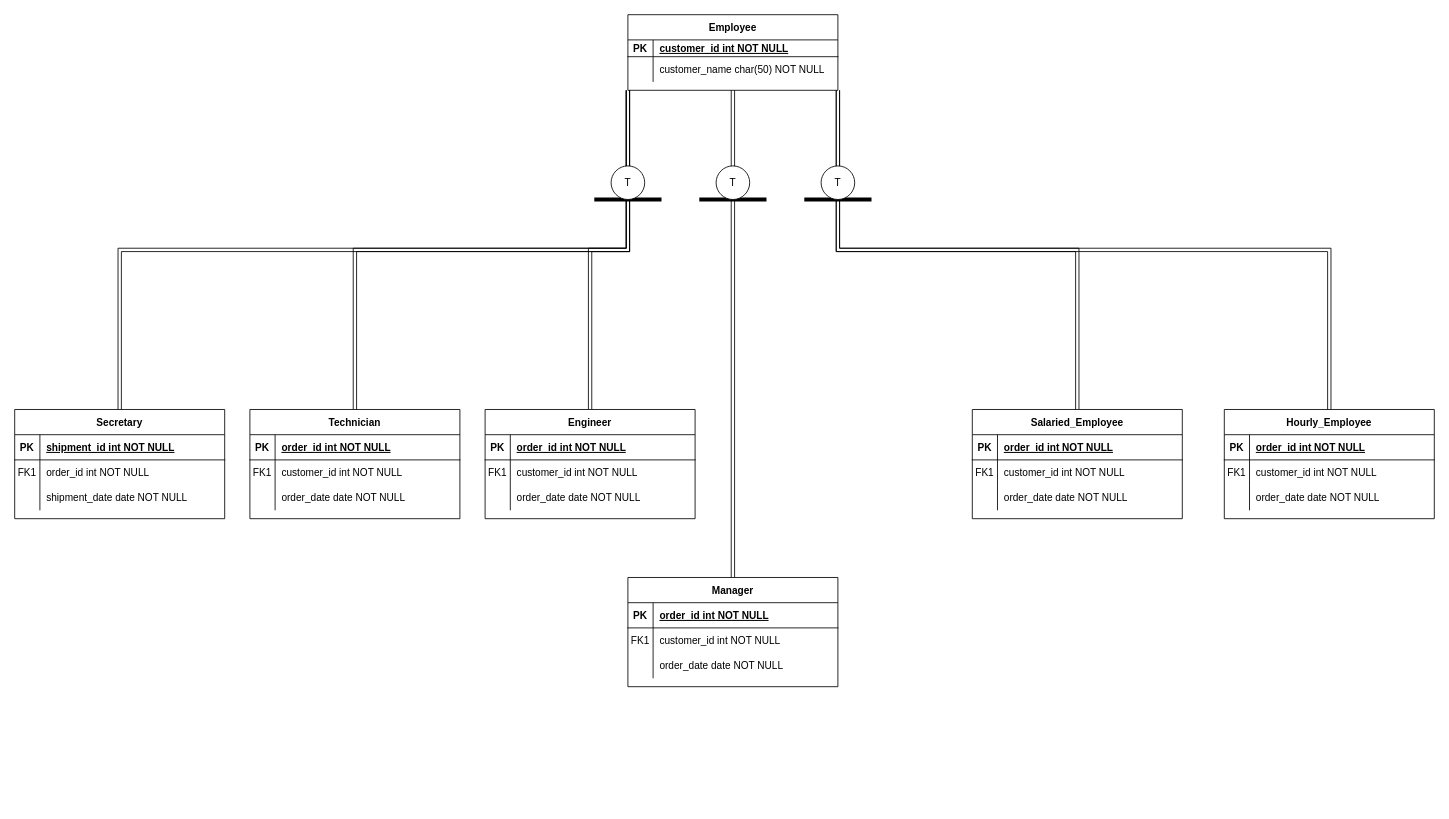
Above: ERD_classwork8.drawio in jacksoes/ERD-HW-11-4 (draw.io), before the change. Source tidied: cells renumbered, new cells numbered last; positions are measured from the earlier drawing's top-left corner, leaving out a move shared by most shapes. Both pictures are drawn from the tidied source at 84%, with x=0, y=0 at pixel (14, 14).
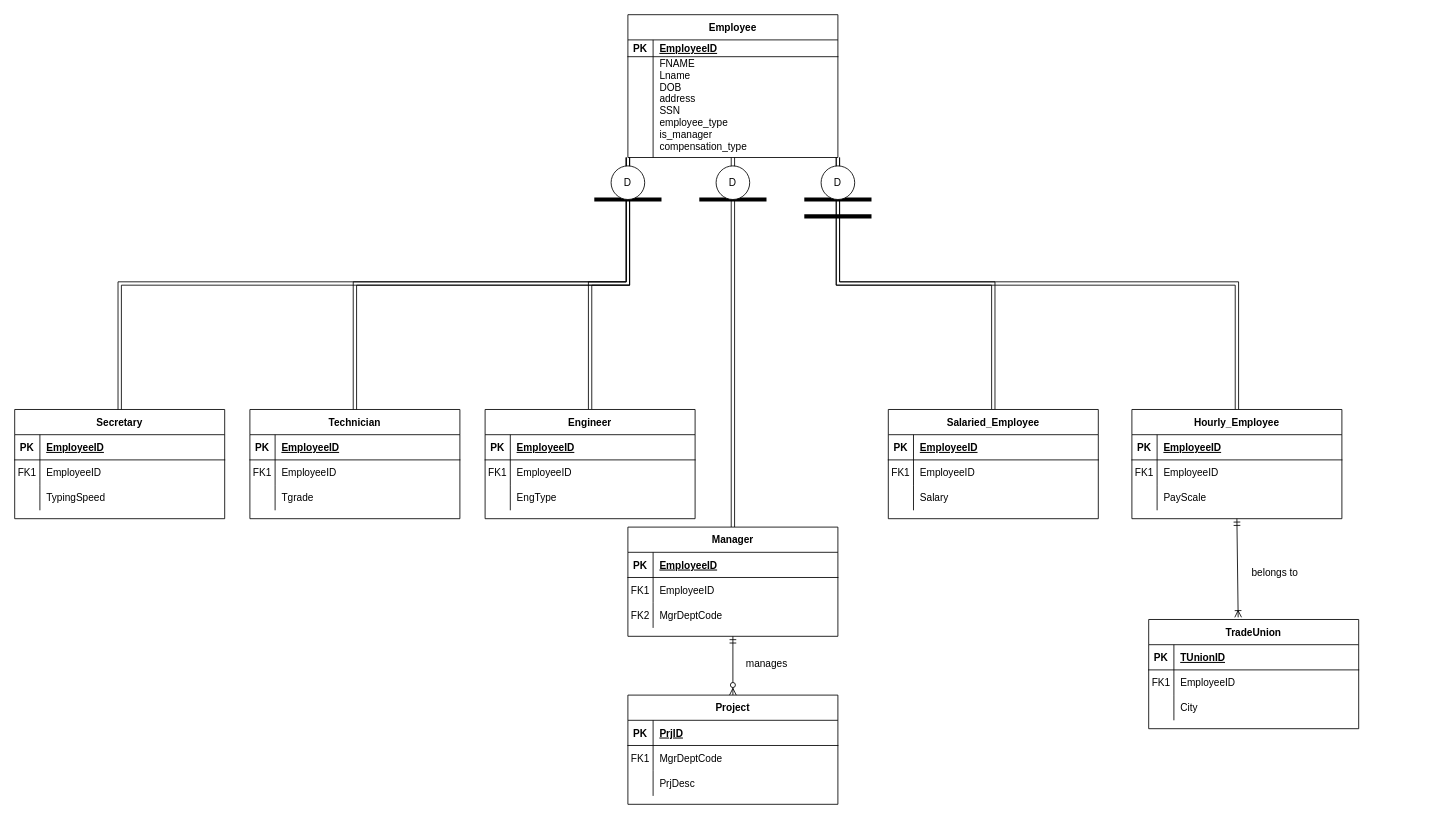
The same page after the edit.

The change refers to these unchanged cells:
```xml
<mxCell id="3" style="shape=partialRectangle;fillColor=none;top=0;left=0;right=0;bottom=1;" parent="2" vertex="1">
  <mxGeometry y="30" width="250" height="30" as="geometry" />
</mxCell>
<mxCell id="6" style="shape=partialRectangle;fillColor=none;top=0;left=0;right=0;bottom=0;" parent="2" vertex="1">
  <mxGeometry y="60" width="250" height="30" as="geometry" />
</mxCell>
<mxCell id="9" style="shape=partialRectangle;fillColor=none;top=0;left=0;right=0;bottom=0;" parent="2" vertex="1">
  <mxGeometry y="90" width="250" height="30" as="geometry" />
</mxCell>
<mxCell id="13" style="shape=partialRectangle;fillColor=none;top=0;left=0;right=0;bottom=1;" parent="12" vertex="1">
  <mxGeometry y="30" width="250" height="30" as="geometry" />
</mxCell>
<mxCell id="16" style="shape=partialRectangle;fillColor=none;top=0;left=0;right=0;bottom=0;" parent="12" vertex="1">
  <mxGeometry y="60" width="250" height="30" as="geometry" />
</mxCell>
<mxCell id="19" style="shape=partialRectangle;fillColor=none;top=0;left=0;right=0;bottom=0;" parent="12" vertex="1">
  <mxGeometry y="90" width="250" height="30" as="geometry" />
</mxCell>
<mxCell id="29" style="shape=partialRectangle;fillColor=none;top=0;left=0;right=0;bottom=1;" parent="28" vertex="1">
  <mxGeometry y="30" width="250" height="20" as="geometry" />
</mxCell>
<mxCell id="36" style="shape=partialRectangle;fillColor=none;top=0;left=0;right=0;bottom=1;" parent="35" vertex="1">
  <mxGeometry y="30" width="250" height="30" as="geometry" />
</mxCell>
<mxCell id="39" style="shape=partialRectangle;fillColor=none;top=0;left=0;right=0;bottom=0;" parent="35" vertex="1">
  <mxGeometry y="60" width="250" height="30" as="geometry" />
</mxCell>
<mxCell id="42" style="shape=partialRectangle;fillColor=none;top=0;left=0;right=0;bottom=0;" parent="35" vertex="1">
  <mxGeometry y="90" width="250" height="30" as="geometry" />
</mxCell>
<mxCell id="46" style="shape=partialRectangle;fillColor=none;top=0;left=0;right=0;bottom=1;" parent="45" vertex="1">
  <mxGeometry y="30" width="250" height="30" as="geometry" />
</mxCell>
<mxCell id="49" style="shape=partialRectangle;fillColor=none;top=0;left=0;right=0;bottom=0;" parent="45" vertex="1">
  <mxGeometry y="60" width="250" height="30" as="geometry" />
</mxCell>
<mxCell id="52" style="shape=partialRectangle;fillColor=none;top=0;left=0;right=0;bottom=0;" parent="45" vertex="1">
  <mxGeometry y="90" width="250" height="30" as="geometry" />
</mxCell>
<mxCell id="56" style="shape=partialRectangle;fillColor=none;top=0;left=0;right=0;bottom=1;" parent="55" vertex="1">
  <mxGeometry y="30" width="250" height="30" as="geometry" />
</mxCell>
<mxCell id="59" style="shape=partialRectangle;fillColor=none;top=0;left=0;right=0;bottom=0;" parent="55" vertex="1">
  <mxGeometry y="60" width="250" height="30" as="geometry" />
</mxCell>
<mxCell id="62" style="shape=partialRectangle;fillColor=none;top=0;left=0;right=0;bottom=0;" parent="55" vertex="1">
  <mxGeometry y="90" width="250" height="30" as="geometry" />
</mxCell>
<mxCell id="66" style="shape=partialRectangle;fillColor=none;top=0;left=0;right=0;bottom=1;" parent="65" vertex="1">
  <mxGeometry y="30" width="250" height="30" as="geometry" />
</mxCell>
<mxCell id="69" style="shape=partialRectangle;fillColor=none;top=0;left=0;right=0;bottom=0;" parent="65" vertex="1">
  <mxGeometry y="60" width="250" height="30" as="geometry" />
</mxCell>
<mxCell id="72" style="shape=partialRectangle;fillColor=none;top=0;left=0;right=0;bottom=0;" parent="65" vertex="1">
  <mxGeometry y="90" width="250" height="30" as="geometry" />
</mxCell>
```

Diff of the diagram source:
```diff
@@
-    <mxCell id="5" value="order_id int NOT NULL " style="shape=partialRectangle;overflow=hidden;fillColor=none;top=0;left=0;bottom=0;right=0;align=left;spacingLeft=6;fontStyle=5;" parent="3" vertex="1">
+    <mxCell id="5" value="EmployeeID" style="shape=partialRectangle;overflow=hidden;fillColor=none;top=0;left=0;bottom=0;right=0;align=left;spacingLeft=6;fontStyle=5;" parent="3" vertex="1">
       <mxGeometry x="30" width="220" height="30" as="geometry" />
     </mxCell>
@@
-    <mxCell id="8" value="customer_id int NOT NULL" style="shape=partialRectangle;overflow=hidden;fillColor=none;top=0;left=0;bottom=0;right=0;align=left;spacingLeft=6;" parent="6" vertex="1">
+    <mxCell id="8" value="EmployeeID" style="shape=partialRectangle;overflow=hidden;fillColor=none;top=0;left=0;bottom=0;right=0;align=left;spacingLeft=6;" parent="6" vertex="1">
       <mxGeometry x="30" width="220" height="30" as="geometry" />
     </mxCell>
@@
-    <mxCell id="11" value="order_date date NOT NULL" style="shape=partialRectangle;overflow=hidden;fillColor=none;top=0;left=0;bottom=0;right=0;align=left;spacingLeft=6;" parent="9" vertex="1">
+    <mxCell id="11" value="Tgrade" style="shape=partialRectangle;overflow=hidden;fillColor=none;top=0;left=0;bottom=0;right=0;align=left;spacingLeft=6;" parent="9" vertex="1">
       <mxGeometry x="30" width="220" height="30" as="geometry" />
     </mxCell>
@@
-    <mxCell id="15" value="shipment_id int NOT NULL " style="shape=partialRectangle;overflow=hidden;fillColor=none;top=0;left=0;bottom=0;right=0;align=left;spacingLeft=6;fontStyle=5;" parent="13" vertex="1">
+    <mxCell id="15" value="EmployeeID" style="shape=partialRectangle;overflow=hidden;fillColor=none;top=0;left=0;bottom=0;right=0;align=left;spacingLeft=6;fontStyle=5;" parent="13" vertex="1">
       <mxGeometry x="30" width="220" height="30" as="geometry" />
     </mxCell>
@@
-    <mxCell id="18" value="order_id int NOT NULL" style="shape=partialRectangle;overflow=hidden;fillColor=none;top=0;left=0;bottom=0;right=0;align=left;spacingLeft=6;" parent="16" vertex="1">
+    <mxCell id="18" value="EmployeeID" style="shape=partialRectangle;overflow=hidden;fillColor=none;top=0;left=0;bottom=0;right=0;align=left;spacingLeft=6;" parent="16" vertex="1">
       <mxGeometry x="30" width="220" height="30" as="geometry" />
     </mxCell>
@@
-    <mxCell id="21" value="shipment_date date NOT NULL" style="shape=partialRectangle;overflow=hidden;fillColor=none;top=0;left=0;bottom=0;right=0;align=left;spacingLeft=6;" parent="19" vertex="1">
+    <mxCell id="21" value="TypingSpeed" style="shape=partialRectangle;overflow=hidden;fillColor=none;top=0;left=0;bottom=0;right=0;align=left;spacingLeft=6;" parent="19" vertex="1">
       <mxGeometry x="30" width="220" height="30" as="geometry" />
     </mxCell>
@@
     <mxCell id="28" value="Employee" style="shape=table;startSize=30;childLayout=tableLayout;rowLines=0;fontStyle=1;align=center;" parent="1" vertex="1">
-      <mxGeometry x="730" width="250" height="90" as="geometry" />
+      <mxGeometry x="730" width="250" height="170" as="geometry" />
     </mxCell>
@@
-    <mxCell id="31" value="customer_id int NOT NULL " style="shape=partialRectangle;overflow=hidden;fillColor=none;top=0;left=0;bottom=0;right=0;align=left;spacingLeft=6;fontStyle=5;" parent="29" vertex="1">
+    <mxCell id="31" value="EmployeeID" style="shape=partialRectangle;overflow=hidden;fillColor=none;top=0;left=0;bottom=0;right=0;align=left;spacingLeft=6;fontStyle=5;" parent="29" vertex="1">
       <mxGeometry x="30" width="220" height="20" as="geometry" />
     </mxCell>
     <mxCell id="32" style="shape=partialRectangle;fillColor=none;top=0;left=0;right=0;bottom=0;" parent="28" vertex="1">
-      <mxGeometry y="50" width="250" height="30" as="geometry" />
+      <mxGeometry y="50" width="250" height="120" as="geometry" />
     </mxCell>
     <mxCell id="33" style="shape=partialRectangle;overflow=hidden;fillColor=none;top=0;left=0;bottom=0;right=0;" parent="32" vertex="1">
-      <mxGeometry width="30" height="30" as="geometry" />
+      <mxGeometry width="30" height="120" as="geometry" />
     </mxCell>
-    <mxCell id="34" value="customer_name char(50) NOT NULL" style="shape=partialRectangle;overflow=hidden;fillColor=none;top=0;left=0;bottom=0;right=0;align=left;spacingLeft=6;" parent="32" vertex="1">
-      <mxGeometry x="30" width="220" height="30" as="geometry" />
+    <mxCell id="34" value="FNAME&#10;Lname&#10;DOB&#10;address&#10;SSN&#10;employee_type&#10;is_manager&#10;compensation_type&#10;" style="shape=partialRectangle;overflow=hidden;fillColor=none;top=0;left=0;bottom=0;right=0;align=left;spacingLeft=6;" parent="32" vertex="1">
+      <mxGeometry x="30" width="220" height="120" as="geometry" />
     </mxCell>
@@
-    <mxCell id="38" value="order_id int NOT NULL " style="shape=partialRectangle;overflow=hidden;fillColor=none;top=0;left=0;bottom=0;right=0;align=left;spacingLeft=6;fontStyle=5;" parent="36" vertex="1">
+    <mxCell id="38" value="EmployeeID" style="shape=partialRectangle;overflow=hidden;fillColor=none;top=0;left=0;bottom=0;right=0;align=left;spacingLeft=6;fontStyle=5;" parent="36" vertex="1">
       <mxGeometry x="30" width="220" height="30" as="geometry" />
     </mxCell>
@@
-    <mxCell id="41" value="customer_id int NOT NULL" style="shape=partialRectangle;overflow=hidden;fillColor=none;top=0;left=0;bottom=0;right=0;align=left;spacingLeft=6;" parent="39" vertex="1">
+    <mxCell id="41" value="EmployeeID" style="shape=partialRectangle;overflow=hidden;fillColor=none;top=0;left=0;bottom=0;right=0;align=left;spacingLeft=6;" parent="39" vertex="1">
       <mxGeometry x="30" width="220" height="30" as="geometry" />
     </mxCell>
@@
-    <mxCell id="44" value="order_date date NOT NULL" style="shape=partialRectangle;overflow=hidden;fillColor=none;top=0;left=0;bottom=0;right=0;align=left;spacingLeft=6;" parent="42" vertex="1">
+    <mxCell id="44" value="EngType" style="shape=partialRectangle;overflow=hidden;fillColor=none;top=0;left=0;bottom=0;right=0;align=left;spacingLeft=6;" parent="42" vertex="1">
       <mxGeometry x="30" width="220" height="30" as="geometry" />
     </mxCell>
     <mxCell id="45" value="Manager" style="shape=table;startSize=30;childLayout=tableLayout;rowLines=0;fontStyle=1;align=center;" parent="1" vertex="1">
-      <mxGeometry x="730" y="670" width="250" height="130" as="geometry" />
+      <mxGeometry x="730" y="610" width="250" height="130" as="geometry" />
     </mxCell>
@@
-    <mxCell id="48" value="order_id int NOT NULL " style="shape=partialRectangle;overflow=hidden;fillColor=none;top=0;left=0;bottom=0;right=0;align=left;spacingLeft=6;fontStyle=5;" parent="46" vertex="1">
+    <mxCell id="48" value="EmployeeID" style="shape=partialRectangle;overflow=hidden;fillColor=none;top=0;left=0;bottom=0;right=0;align=left;spacingLeft=6;fontStyle=5;" parent="46" vertex="1">
       <mxGeometry x="30" width="220" height="30" as="geometry" />
     </mxCell>
@@
-    <mxCell id="51" value="customer_id int NOT NULL" style="shape=partialRectangle;overflow=hidden;fillColor=none;top=0;left=0;bottom=0;right=0;align=left;spacingLeft=6;" parent="49" vertex="1">
+    <mxCell id="51" value="EmployeeID" style="shape=partialRectangle;overflow=hidden;fillColor=none;top=0;left=0;bottom=0;right=0;align=left;spacingLeft=6;" parent="49" vertex="1">
       <mxGeometry x="30" width="220" height="30" as="geometry" />
     </mxCell>
@@
-    <mxCell id="53" style="shape=partialRectangle;overflow=hidden;fillColor=none;top=0;left=0;bottom=0;right=0;" parent="52" vertex="1">
+    <mxCell id="53" value="FK2" style="shape=partialRectangle;overflow=hidden;fillColor=none;top=0;left=0;bottom=0;right=0;" parent="52" vertex="1">
       <mxGeometry width="30" height="30" as="geometry" />
     </mxCell>
-    <mxCell id="54" value="order_date date NOT NULL" style="shape=partialRectangle;overflow=hidden;fillColor=none;top=0;left=0;bottom=0;right=0;align=left;spacingLeft=6;" parent="52" vertex="1">
+    <mxCell id="54" value="MgrDeptCode" style="shape=partialRectangle;overflow=hidden;fillColor=none;top=0;left=0;bottom=0;right=0;align=left;spacingLeft=6;" parent="52" vertex="1">
       <mxGeometry x="30" width="220" height="30" as="geometry" />
     </mxCell>
     <mxCell id="55" value="Salaried_Employee" style="shape=table;startSize=30;childLayout=tableLayout;rowLines=0;fontStyle=1;align=center;" parent="1" vertex="1">
-      <mxGeometry x="1140" y="470" width="250" height="130" as="geometry" />
+      <mxGeometry x="1040" y="470" width="250" height="130" as="geometry" />
     </mxCell>
@@
-    <mxCell id="58" value="order_id int NOT NULL " style="shape=partialRectangle;overflow=hidden;fillColor=none;top=0;left=0;bottom=0;right=0;align=left;spacingLeft=6;fontStyle=5;" parent="56" vertex="1">
+    <mxCell id="58" value="EmployeeID" style="shape=partialRectangle;overflow=hidden;fillColor=none;top=0;left=0;bottom=0;right=0;align=left;spacingLeft=6;fontStyle=5;" parent="56" vertex="1">
       <mxGeometry x="30" width="220" height="30" as="geometry" />
     </mxCell>
@@
-    <mxCell id="61" value="customer_id int NOT NULL" style="shape=partialRectangle;overflow=hidden;fillColor=none;top=0;left=0;bottom=0;right=0;align=left;spacingLeft=6;" parent="59" vertex="1">
+    <mxCell id="61" value="EmployeeID" style="shape=partialRectangle;overflow=hidden;fillColor=none;top=0;left=0;bottom=0;right=0;align=left;spacingLeft=6;" parent="59" vertex="1">
       <mxGeometry x="30" width="220" height="30" as="geometry" />
     </mxCell>
@@
-    <mxCell id="64" value="order_date date NOT NULL" style="shape=partialRectangle;overflow=hidden;fillColor=none;top=0;left=0;bottom=0;right=0;align=left;spacingLeft=6;" parent="62" vertex="1">
+    <mxCell id="64" value="Salary" style="shape=partialRectangle;overflow=hidden;fillColor=none;top=0;left=0;bottom=0;right=0;align=left;spacingLeft=6;" parent="62" vertex="1">
       <mxGeometry x="30" width="220" height="30" as="geometry" />
     </mxCell>
     <mxCell id="65" value="Hourly_Employee" style="shape=table;startSize=30;childLayout=tableLayout;rowLines=0;fontStyle=1;align=center;" parent="1" vertex="1">
-      <mxGeometry x="1440" y="470" width="250" height="130" as="geometry" />
+      <mxGeometry x="1330" y="470" width="250" height="130" as="geometry" />
     </mxCell>
@@
-    <mxCell id="68" value="order_id int NOT NULL " style="shape=partialRectangle;overflow=hidden;fillColor=none;top=0;left=0;bottom=0;right=0;align=left;spacingLeft=6;fontStyle=5;" parent="66" vertex="1">
+    <mxCell id="68" value="EmployeeID" style="shape=partialRectangle;overflow=hidden;fillColor=none;top=0;left=0;bottom=0;right=0;align=left;spacingLeft=6;fontStyle=5;" parent="66" vertex="1">
       <mxGeometry x="30" width="220" height="30" as="geometry" />
     </mxCell>
@@
-    <mxCell id="71" value="customer_id int NOT NULL" style="shape=partialRectangle;overflow=hidden;fillColor=none;top=0;left=0;bottom=0;right=0;align=left;spacingLeft=6;" parent="69" vertex="1">
+    <mxCell id="71" value="EmployeeID" style="shape=partialRectangle;overflow=hidden;fillColor=none;top=0;left=0;bottom=0;right=0;align=left;spacingLeft=6;" parent="69" vertex="1">
       <mxGeometry x="30" width="220" height="30" as="geometry" />
     </mxCell>
@@
-    <mxCell id="74" value="order_date date NOT NULL" style="shape=partialRectangle;overflow=hidden;fillColor=none;top=0;left=0;bottom=0;right=0;align=left;spacingLeft=6;" parent="72" vertex="1">
+    <mxCell id="74" value="PayScale" style="shape=partialRectangle;overflow=hidden;fillColor=none;top=0;left=0;bottom=0;right=0;align=left;spacingLeft=6;" parent="72" vertex="1">
       <mxGeometry x="30" width="220" height="30" as="geometry" />
     </mxCell>
@@
-    <mxCell id="76" value="T" style="ellipse;whiteSpace=wrap;html=1;align=center;" parent="1" vertex="1">
+    <mxCell id="76" value="D" style="ellipse;whiteSpace=wrap;html=1;align=center;" parent="1" vertex="1">
       <mxGeometry x="710" y="180" width="40" height="40" as="geometry" />
     </mxCell>
@@
-    <mxCell id="78" value="T" style="ellipse;whiteSpace=wrap;html=1;align=center;" parent="1" vertex="1">
+    <mxCell id="78" value="D" style="ellipse;whiteSpace=wrap;html=1;align=center;" parent="1" vertex="1">
       <mxGeometry x="960" y="180" width="40" height="40" as="geometry" />
     </mxCell>
@@
-    <mxCell id="80" value="T" style="ellipse;whiteSpace=wrap;html=1;align=center;" parent="1" vertex="1">
+    <mxCell id="80" value="D" style="ellipse;whiteSpace=wrap;html=1;align=center;" parent="1" vertex="1">
       <mxGeometry x="835" y="180" width="40" height="40" as="geometry" />
     </mxCell>
+    <mxCell id="81" style="endArrow=none;html=1;rounded=0;strokeWidth=5;" parent="1" edge="1">
+      <mxGeometry relative="1" as="geometry">
+        <mxPoint x="940" y="240" as="sourcePoint" />
+        <mxPoint x="1020" y="240" as="targetPoint" />
+      </mxGeometry>
+    </mxCell>
+    <mxCell id="82" value="TradeUnion" style="shape=table;startSize=30;childLayout=tableLayout;rowLines=0;fontStyle=1;align=center;" parent="1" vertex="1">
+      <mxGeometry x="1350" y="720" width="250" height="130" as="geometry" />
+    </mxCell>
+    <mxCell id="83" style="shape=partialRectangle;fillColor=none;top=0;left=0;right=0;bottom=1;" parent="82" vertex="1">
+      <mxGeometry y="30" width="250" height="30" as="geometry" />
+    </mxCell>
+    <mxCell id="84" value="PK" style="shape=partialRectangle;overflow=hidden;fillColor=none;top=0;left=0;bottom=0;right=0;fontStyle=1;" parent="83" vertex="1">
+      <mxGeometry width="30" height="30" as="geometry" />
+    </mxCell>
+    <mxCell id="85" value="TUnionID" style="shape=partialRectangle;overflow=hidden;fillColor=none;top=0;left=0;bottom=0;right=0;align=left;spacingLeft=6;fontStyle=5;" parent="83" vertex="1">
+      <mxGeometry x="30" width="220" height="30" as="geometry" />
+    </mxCell>
+    <mxCell id="86" style="shape=partialRectangle;fillColor=none;top=0;left=0;right=0;bottom=0;" parent="82" vertex="1">
+      <mxGeometry y="60" width="250" height="30" as="geometry" />
+    </mxCell>
+    <mxCell id="87" value="FK1" style="shape=partialRectangle;overflow=hidden;fillColor=none;top=0;left=0;bottom=0;right=0;" parent="86" vertex="1">
+      <mxGeometry width="30" height="30" as="geometry" />
+    </mxCell>
+    <mxCell id="88" value="EmployeeID" style="shape=partialRectangle;overflow=hidden;fillColor=none;top=0;left=0;bottom=0;right=0;align=left;spacingLeft=6;" parent="86" vertex="1">
+      <mxGeometry x="30" width="220" height="30" as="geometry" />
+    </mxCell>
+    <mxCell id="89" style="shape=partialRectangle;fillColor=none;top=0;left=0;right=0;bottom=0;" parent="82" vertex="1">
+      <mxGeometry y="90" width="250" height="30" as="geometry" />
+    </mxCell>
+    <mxCell id="90" style="shape=partialRectangle;overflow=hidden;fillColor=none;top=0;left=0;bottom=0;right=0;" parent="89" vertex="1">
+      <mxGeometry width="30" height="30" as="geometry" />
+    </mxCell>
+    <mxCell id="91" value="City" style="shape=partialRectangle;overflow=hidden;fillColor=none;top=0;left=0;bottom=0;right=0;align=left;spacingLeft=6;" parent="89" vertex="1">
+      <mxGeometry x="30" width="220" height="30" as="geometry" />
+    </mxCell>
+    <mxCell id="92" value="Project" style="shape=table;startSize=30;childLayout=tableLayout;rowLines=0;fontStyle=1;align=center;" parent="1" vertex="1">
+      <mxGeometry x="730" y="810" width="250" height="130" as="geometry" />
+    </mxCell>
+    <mxCell id="93" style="shape=partialRectangle;fillColor=none;top=0;left=0;right=0;bottom=1;" parent="92" vertex="1">
+      <mxGeometry y="30" width="250" height="30" as="geometry" />
+    </mxCell>
+    <mxCell id="94" value="PK" style="shape=partialRectangle;overflow=hidden;fillColor=none;top=0;left=0;bottom=0;right=0;fontStyle=1;" parent="93" vertex="1">
+      <mxGeometry width="30" height="30" as="geometry" />
+    </mxCell>
+    <mxCell id="95" value="PrjID" style="shape=partialRectangle;overflow=hidden;fillColor=none;top=0;left=0;bottom=0;right=0;align=left;spacingLeft=6;fontStyle=5;" parent="93" vertex="1">
+      <mxGeometry x="30" width="220" height="30" as="geometry" />
+    </mxCell>
+    <mxCell id="96" style="shape=partialRectangle;fillColor=none;top=0;left=0;right=0;bottom=0;" parent="92" vertex="1">
+      <mxGeometry y="60" width="250" height="30" as="geometry" />
+    </mxCell>
+    <mxCell id="97" value="FK1" style="shape=partialRectangle;overflow=hidden;fillColor=none;top=0;left=0;bottom=0;right=0;" parent="96" vertex="1">
+      <mxGeometry width="30" height="30" as="geometry" />
+    </mxCell>
+    <mxCell id="98" value="MgrDeptCode" style="shape=partialRectangle;overflow=hidden;fillColor=none;top=0;left=0;bottom=0;right=0;align=left;spacingLeft=6;" parent="96" vertex="1">
+      <mxGeometry x="30" width="220" height="30" as="geometry" />
+    </mxCell>
+    <mxCell id="99" style="shape=partialRectangle;fillColor=none;top=0;left=0;right=0;bottom=0;" parent="92" vertex="1">
+      <mxGeometry y="90" width="250" height="30" as="geometry" />
+    </mxCell>
+    <mxCell id="100" style="shape=partialRectangle;overflow=hidden;fillColor=none;top=0;left=0;bottom=0;right=0;" parent="99" vertex="1">
+      <mxGeometry width="30" height="30" as="geometry" />
+    </mxCell>
+    <mxCell id="101" value="PrjDesc" style="shape=partialRectangle;overflow=hidden;fillColor=none;top=0;left=0;bottom=0;right=0;align=left;spacingLeft=6;" parent="99" vertex="1">
+      <mxGeometry x="30" width="220" height="30" as="geometry" />
+    </mxCell>
+    <mxCell id="102" style="fontSize=12;html=1;endArrow=ERzeroToMany;startArrow=ERmandOne;rounded=0;exitX=0.5;exitY=1;exitDx=0;exitDy=0;entryX=0.5;entryY=0;entryDx=0;entryDy=0;" parent="1" edge="1" source="45" target="92">
+      <mxGeometry relative="1" as="geometry" />
+    </mxCell>
+    <mxCell id="103" value="manages" style="text;html=1;align=center;verticalAlign=middle;strokeColor=none;fillColor=none;" parent="1" vertex="1">
+      <mxGeometry x="860" y="758" width="70" height="30" as="geometry" />
+    </mxCell>
+    <mxCell id="104" style="fontSize=12;html=1;endArrow=ERoneToMany;startArrow=ERmandOne;rounded=0;exitX=0.5;exitY=1;exitDx=0;exitDy=0;entryX=0.426;entryY=-0.02;entryDx=0;entryDy=0;entryPerimeter=0;" parent="1" edge="1" source="65" target="82">
+      <mxGeometry relative="1" as="geometry" />
+    </mxCell>
+    <mxCell id="105" value="belongs to" style="text;html=1;align=center;verticalAlign=middle;strokeColor=none;fillColor=none;" parent="1" vertex="1">
+      <mxGeometry x="1460" y="650" width="80" height="30" as="geometry" />
+    </mxCell>
```
